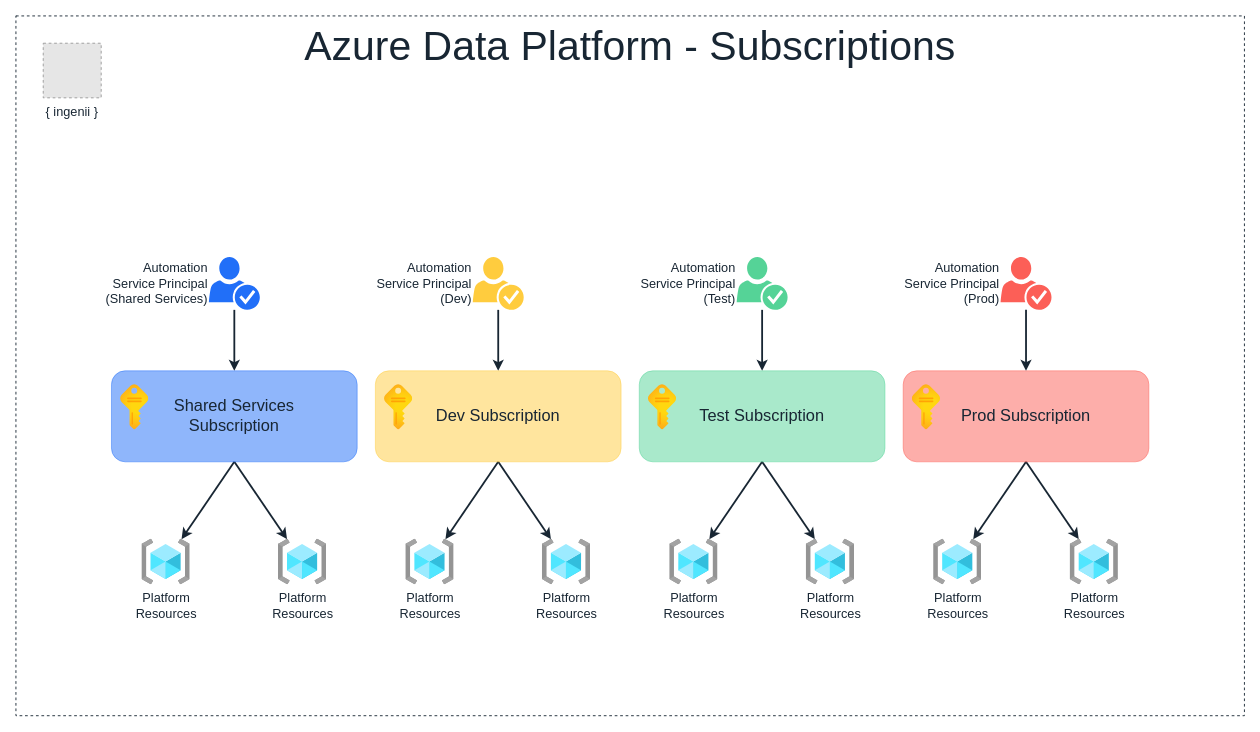
Above: docs/assets/adp-design-subscriptions.drawio in rising-star92/python-azure-data-paltform (draw.io), before the change. Source tidied: cells renumbered, new cells numbered last; positions are measured from the earlier drawing's top-left corner, leaving out a move shared by most shapes. Both pictures are drawn from the tidied source at 91%, with x=0, y=0 at pixel (15, 15). Pictures stored in the file or linked from it are replaced by grey dashed boxes.
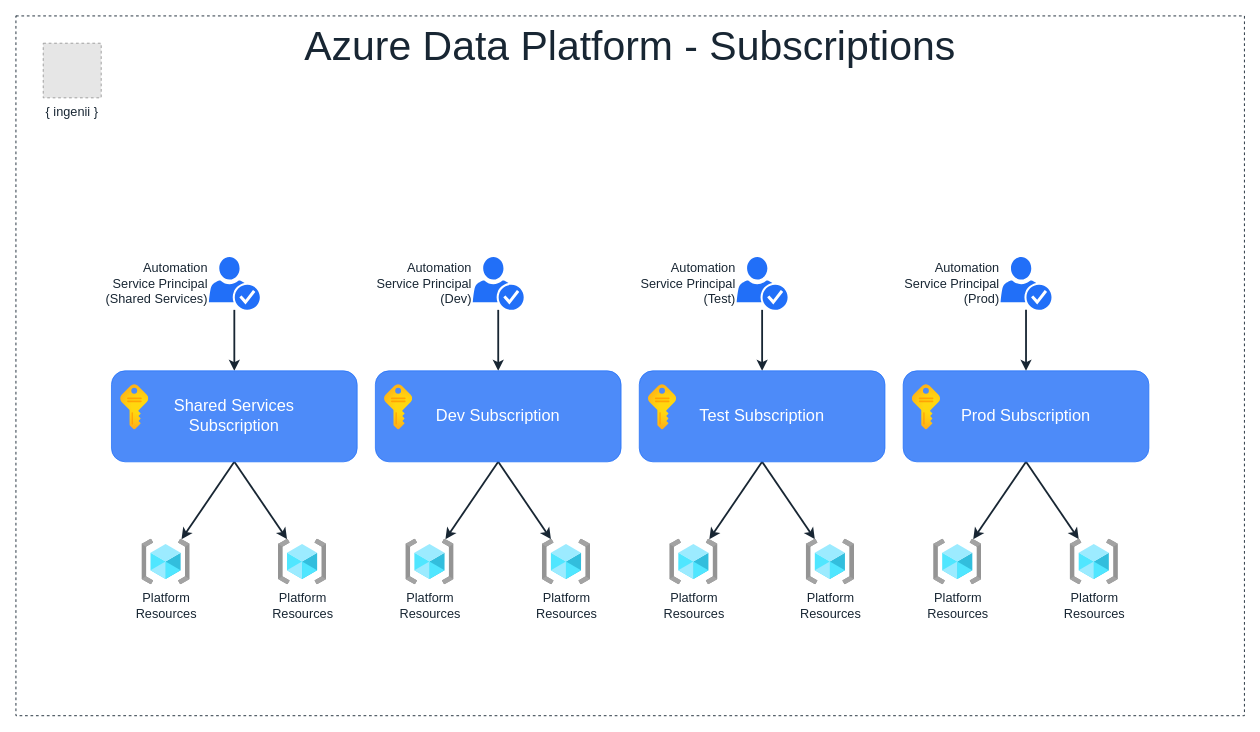
After the change.

The edit, as a diff of the source:
```diff
@@
-    <mxCell id="5" value="Automation &lt;br style=&quot;font-size: 14px;&quot;&gt;Service Principal&lt;br style=&quot;font-size: 14px;&quot;&gt;(Shared Services)" style="shadow=0;dashed=0;html=1;strokeColor=none;labelPosition=left;verticalLabelPosition=middle;verticalAlign=middle;outlineConnect=0;align=right;shape=mxgraph.office.security.credentials;fontFamily=Helvetica;fontSize=14;labelBackgroundColor=none;fillColor=#216FF8;fontColor=#182633;" parent="1" vertex="1">
+    <mxCell id="5" value="Automation &lt;br style=&quot;font-size: 14px;&quot;&gt;Service Principal&lt;br style=&quot;font-size: 14px;&quot;&gt;(Shared Services)" style="shadow=0;dashed=0;html=1;strokeColor=none;labelPosition=left;verticalLabelPosition=middle;verticalAlign=middle;outlineConnect=0;align=right;shape=mxgraph.office.security.credentials;fontFamily=Helvetica;fontSize=14;labelBackgroundColor=none;fontColor=#182633;fillColor=#216FF8;" parent="1" vertex="1">
       <mxGeometry x="212" y="265" width="56" height="58" as="geometry" />
     </mxCell>
@@
-    <mxCell id="7" value="Automation &lt;br style=&quot;font-size: 14px;&quot;&gt;Service Principal&lt;br style=&quot;font-size: 14px;&quot;&gt;(Dev)" style="shadow=0;dashed=0;html=1;strokeColor=none;labelPosition=left;verticalLabelPosition=middle;verticalAlign=middle;outlineConnect=0;align=right;shape=mxgraph.office.security.credentials;fontFamily=Helvetica;fontSize=14;labelBackgroundColor=none;fillColor=#FFCC3E;fontColor=#182633;" parent="1" vertex="1">
+    <mxCell id="7" value="Automation &lt;br style=&quot;font-size: 14px;&quot;&gt;Service Principal&lt;br style=&quot;font-size: 14px;&quot;&gt;(Dev)" style="shadow=0;dashed=0;html=1;strokeColor=none;labelPosition=left;verticalLabelPosition=middle;verticalAlign=middle;outlineConnect=0;align=right;shape=mxgraph.office.security.credentials;fontFamily=Helvetica;fontSize=14;labelBackgroundColor=none;fontColor=#182633;fillColor=#216FF8;" parent="1" vertex="1">
       <mxGeometry x="502" y="265" width="56" height="58" as="geometry" />
     </mxCell>
@@
-    <mxCell id="9" value="Automation &lt;br style=&quot;font-size: 14px;&quot;&gt;Service Principal&lt;br style=&quot;font-size: 14px;&quot;&gt;(Test)" style="shadow=0;dashed=0;html=1;strokeColor=none;labelPosition=left;verticalLabelPosition=middle;verticalAlign=middle;outlineConnect=0;align=right;shape=mxgraph.office.security.credentials;fontFamily=Helvetica;fontSize=14;labelBackgroundColor=none;fillColor=#55D397;fontColor=#182633;" parent="1" vertex="1">
+    <mxCell id="9" value="Automation &lt;br style=&quot;font-size: 14px;&quot;&gt;Service Principal&lt;br style=&quot;font-size: 14px;&quot;&gt;(Test)" style="shadow=0;dashed=0;html=1;strokeColor=none;labelPosition=left;verticalLabelPosition=middle;verticalAlign=middle;outlineConnect=0;align=right;shape=mxgraph.office.security.credentials;fontFamily=Helvetica;fontSize=14;labelBackgroundColor=none;fontColor=#182633;fillColor=#216FF8;" parent="1" vertex="1">
       <mxGeometry x="792" y="265" width="56" height="58" as="geometry" />
     </mxCell>
@@
-    <mxCell id="12" value="Prod Subscription" style="rounded=1;whiteSpace=wrap;html=1;fontSize=18;fontStyle=0;fontFamily=Helvetica;sketch=0;flipH=0;glass=0;shadow=0;labelBackgroundColor=none;fillColor=#FC5F57;strokeColor=#FC5F57;opacity=50;fontColor=#182633;" parent="1" vertex="1">
+    <mxCell id="12" value="Prod Subscription" style="rounded=1;whiteSpace=wrap;html=1;fontSize=18;fontStyle=0;fontFamily=Helvetica;sketch=0;flipH=0;glass=0;shadow=0;labelBackgroundColor=none;opacity=80;fillColor=#216FF8;strokeColor=#216FF8;fontColor=#FFFFFF;" parent="1" vertex="1">
       <mxGeometry x="975" y="390" width="270" height="100" as="geometry" />
     </mxCell>
@@
-    <mxCell id="15" value="Test Subscription" style="rounded=1;whiteSpace=wrap;html=1;fontSize=18;fontStyle=0;fontFamily=Helvetica;sketch=0;flipH=0;labelBackgroundColor=none;fillColor=#55D397;strokeColor=#55D397;opacity=50;fontColor=#182633;" parent="1" vertex="1">
+    <mxCell id="15" value="Test Subscription" style="rounded=1;whiteSpace=wrap;html=1;fontSize=18;fontStyle=0;fontFamily=Helvetica;sketch=0;flipH=0;labelBackgroundColor=none;opacity=80;fillColor=#216FF8;strokeColor=#216FF8;fontColor=#FFFFFF;" parent="1" vertex="1">
       <mxGeometry x="685" y="390" width="270" height="100" as="geometry" />
     </mxCell>
@@
-    <mxCell id="18" value="Shared Services&lt;br style=&quot;font-size: 18px;&quot;&gt;Subscription" style="rounded=1;whiteSpace=wrap;html=1;fontSize=18;fontStyle=0;fontFamily=Helvetica;sketch=0;flipH=0;labelBackgroundColor=none;fillColor=#216FF8;strokeColor=#216FF8;opacity=50;fontColor=#182633;" parent="1" vertex="1">
+    <mxCell id="18" value="Shared Services&lt;br style=&quot;font-size: 18px;&quot;&gt;Subscription" style="rounded=1;whiteSpace=wrap;html=1;fontSize=18;fontStyle=0;fontFamily=Helvetica;sketch=0;flipH=0;labelBackgroundColor=none;opacity=80;fillColor=#216FF8;strokeColor=#216FF8;fontColor=#FFFFFF;" parent="1" vertex="1">
       <mxGeometry x="105" y="390" width="270" height="100" as="geometry" />
     </mxCell>
@@
-    <mxCell id="21" value="Dev Subscription" style="rounded=1;whiteSpace=wrap;html=1;fontSize=18;fontStyle=0;fontFamily=Helvetica;sketch=0;flipH=0;labelBackgroundColor=none;fillColor=#FFCC3E;strokeColor=#FFCC3E;opacity=50;fontColor=#182633;" parent="1" vertex="1">
+    <mxCell id="21" value="Dev Subscription" style="rounded=1;whiteSpace=wrap;html=1;fontSize=18;fontStyle=0;fontFamily=Helvetica;sketch=0;flipH=0;labelBackgroundColor=none;opacity=80;fillColor=#216FF8;strokeColor=#216FF8;fontColor=#FFFFFF;" parent="1" vertex="1">
       <mxGeometry x="395" y="390" width="270" height="100" as="geometry" />
     </mxCell>
@@
-    <mxCell id="23" value="Automation&lt;br style=&quot;font-size: 14px;&quot;&gt;Service Principal&lt;br style=&quot;font-size: 14px;&quot;&gt;(Prod)" style="shadow=0;dashed=0;html=1;strokeColor=none;labelPosition=left;verticalLabelPosition=middle;verticalAlign=middle;outlineConnect=0;align=right;shape=mxgraph.office.security.credentials;fontFamily=Helvetica;fontSize=14;labelBackgroundColor=none;fillColor=#FC5F57;fontColor=#182633;" parent="1" vertex="1">
+    <mxCell id="23" value="Automation&lt;br style=&quot;font-size: 14px;&quot;&gt;Service Principal&lt;br style=&quot;font-size: 14px;&quot;&gt;(Prod)" style="shadow=0;dashed=0;html=1;strokeColor=none;labelPosition=left;verticalLabelPosition=middle;verticalAlign=middle;outlineConnect=0;align=right;shape=mxgraph.office.security.credentials;fontFamily=Helvetica;fontSize=14;labelBackgroundColor=none;fontColor=#182633;fillColor=#216FF8;" parent="1" vertex="1">
       <mxGeometry x="1082" y="265" width="56" height="58" as="geometry" />
     </mxCell>
```
